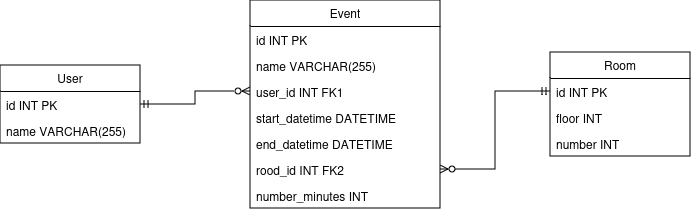
Earlier version of the draw.io export db/assets/dbschema.png (c2003-tamu/CSCE436Project). Source tidied: cells renumbered, new cells last; positions are measured from the earlier drawing's top-left corner, leaving out a move shared by most shapes.
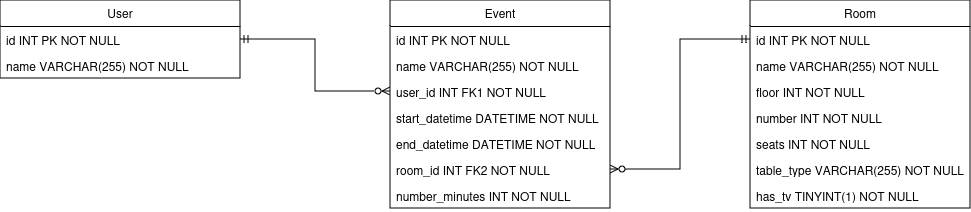
The same file after the commit.

Commit message:
updated Room table

Change to the diagram source:
```diff
@@ -3,55 +3,67 @@
     <mxCell id="0" />
     <mxCell id="1" parent="0" />
     <mxCell id="2" value="User" style="swimlane;fontStyle=0;horizontal=1;startSize=26;fillColor=none;whiteSpace=wrap;html=1;" parent="1" vertex="1">
-      <mxGeometry y="65" width="140" height="78" as="geometry" />
+      <mxGeometry x="-70" y="125" width="240" height="78" as="geometry" />
     </mxCell>
-    <mxCell id="3" value="id INT PK" style="text;strokeColor=none;fillColor=none;align=left;verticalAlign=top;spacingLeft=4;spacingRight=4;overflow=hidden;whiteSpace=wrap;html=1;" parent="2" vertex="1">
-      <mxGeometry y="26" width="140" height="26" as="geometry" />
-    </mxCell>
-    <mxCell id="4" value="name VARCHAR(255)" style="text;strokeColor=none;fillColor=none;align=left;verticalAlign=top;spacingLeft=4;spacingRight=4;overflow=hidden;whiteSpace=wrap;html=1;" parent="2" vertex="1">
-      <mxGeometry y="52" width="140" height="26" as="geometry" />
-    </mxCell>
+    <mxCell id="19" value="id INT PK NOT NULL" style="text;strokeColor=none;fillColor=none;align=left;verticalAlign=top;spacingLeft=4;spacingRight=4;overflow=hidden;points=[[0,0.5],[1,0.5]];portConstraint=eastwest;whiteSpace=wrap;html=1;" parent="2" vertex="1">
+      <mxGeometry y="26" width="240" height="26" as="geometry" />
+    </mxCell>
+    <mxCell id="20" value="name VARCHAR(255) NOT NULL" style="text;strokeColor=none;fillColor=none;align=left;verticalAlign=top;spacingLeft=4;spacingRight=4;overflow=hidden;whiteSpace=wrap;html=1;" parent="2" vertex="1">
+      <mxGeometry y="52" width="240" height="26" as="geometry" />
+    </mxCell>
     <mxCell id="5" value="Event" style="swimlane;fontStyle=0;horizontal=1;startSize=26;fillColor=none;whiteSpace=wrap;html=1;" parent="1" vertex="1">
-      <mxGeometry x="250" width="190" height="208" as="geometry" />
+      <mxGeometry x="320" y="125" width="220" height="208" as="geometry" />
     </mxCell>
-    <mxCell id="6" value="id INT PK" style="text;strokeColor=none;fillColor=none;align=left;verticalAlign=top;spacingLeft=4;spacingRight=4;overflow=hidden;whiteSpace=wrap;html=1;" parent="5" vertex="1">
-      <mxGeometry y="26" width="190" height="26" as="geometry" />
-    </mxCell>
-    <mxCell id="7" value="name VARCHAR(255)" style="text;strokeColor=none;fillColor=none;align=left;verticalAlign=top;spacingLeft=4;spacingRight=4;overflow=hidden;whiteSpace=wrap;html=1;" parent="5" vertex="1">
-      <mxGeometry y="52" width="190" height="26" as="geometry" />
-    </mxCell>
-    <mxCell id="8" value="user_id INT FK1" style="text;strokeColor=none;fillColor=none;align=left;verticalAlign=top;spacingLeft=4;spacingRight=4;overflow=hidden;points=[[0,0.5],[1,0.5]];portConstraint=eastwest;whiteSpace=wrap;html=1;" parent="5" vertex="1">
-      <mxGeometry y="78" width="190" height="26" as="geometry" />
-    </mxCell>
-    <mxCell id="9" value="start_datetime DATETIME" style="text;strokeColor=none;fillColor=none;align=left;verticalAlign=top;spacingLeft=4;spacingRight=4;overflow=hidden;whiteSpace=wrap;html=1;" parent="5" vertex="1">
-      <mxGeometry y="104" width="190" height="26" as="geometry" />
-    </mxCell>
-    <mxCell id="10" value="end_datetime DATETIME" style="text;strokeColor=none;fillColor=none;align=left;verticalAlign=top;spacingLeft=4;spacingRight=4;overflow=hidden;whiteSpace=wrap;html=1;" parent="5" vertex="1">
-      <mxGeometry y="130" width="190" height="26" as="geometry" />
-    </mxCell>
-    <mxCell id="11" value="rood_id INT FK2" style="text;strokeColor=none;fillColor=none;align=left;verticalAlign=top;spacingLeft=4;spacingRight=4;overflow=hidden;points=[[0,0.5],[1,0.5]];portConstraint=eastwest;whiteSpace=wrap;html=1;" parent="5" vertex="1">
-      <mxGeometry y="156" width="190" height="26" as="geometry" />
-    </mxCell>
-    <mxCell id="12" value="number_minutes INT" style="text;strokeColor=none;fillColor=none;align=left;verticalAlign=top;spacingLeft=4;spacingRight=4;overflow=hidden;whiteSpace=wrap;html=1;" parent="5" vertex="1">
-      <mxGeometry y="182" width="190" height="26" as="geometry" />
-    </mxCell>
+    <mxCell id="21" value="id INT PK NOT NULL" style="text;strokeColor=none;fillColor=none;align=left;verticalAlign=top;spacingLeft=4;spacingRight=4;overflow=hidden;whiteSpace=wrap;html=1;" parent="5" vertex="1">
+      <mxGeometry y="26" width="220" height="26" as="geometry" />
+    </mxCell>
+    <mxCell id="22" value="name VARCHAR(255) NOT NULL" style="text;strokeColor=none;fillColor=none;align=left;verticalAlign=top;spacingLeft=4;spacingRight=4;overflow=hidden;whiteSpace=wrap;html=1;" parent="5" vertex="1">
+      <mxGeometry y="52" width="220" height="26" as="geometry" />
+    </mxCell>
+    <mxCell id="23" value="user_id INT FK1 NOT NULL" style="text;strokeColor=none;fillColor=none;align=left;verticalAlign=top;spacingLeft=4;spacingRight=4;overflow=hidden;points=[[0,0.5],[1,0.5]];portConstraint=eastwest;whiteSpace=wrap;html=1;" parent="5" vertex="1">
+      <mxGeometry y="78" width="220" height="26" as="geometry" />
+    </mxCell>
+    <mxCell id="24" value="start_datetime DATETIME NOT NULL" style="text;strokeColor=none;fillColor=none;align=left;verticalAlign=top;spacingLeft=4;spacingRight=4;overflow=hidden;whiteSpace=wrap;html=1;" parent="5" vertex="1">
+      <mxGeometry y="104" width="220" height="26" as="geometry" />
+    </mxCell>
+    <mxCell id="25" value="end_datetime DATETIME NOT NULL" style="text;strokeColor=none;fillColor=none;align=left;verticalAlign=top;spacingLeft=4;spacingRight=4;overflow=hidden;whiteSpace=wrap;html=1;" parent="5" vertex="1">
+      <mxGeometry y="130" width="220" height="26" as="geometry" />
+    </mxCell>
+    <mxCell id="26" value="room_id INT FK2 NOT NULL" style="text;strokeColor=none;fillColor=none;align=left;verticalAlign=top;spacingLeft=4;spacingRight=4;overflow=hidden;points=[[0,0.5],[1,0.5]];portConstraint=eastwest;whiteSpace=wrap;html=1;" parent="5" vertex="1">
+      <mxGeometry y="156" width="220" height="26" as="geometry" />
+    </mxCell>
+    <mxCell id="27" value="number_minutes INT NOT NULL" style="text;strokeColor=none;fillColor=none;align=left;verticalAlign=top;spacingLeft=4;spacingRight=4;overflow=hidden;whiteSpace=wrap;html=1;" parent="5" vertex="1">
+      <mxGeometry y="182" width="220" height="26" as="geometry" />
+    </mxCell>
     <mxCell id="13" value="Room" style="swimlane;fontStyle=0;horizontal=1;startSize=26;fillColor=none;whiteSpace=wrap;html=1;" parent="1" vertex="1">
-      <mxGeometry x="550" y="52" width="140" height="104" as="geometry" />
+      <mxGeometry x="680" y="125" width="220" height="208" as="geometry" />
     </mxCell>
-    <mxCell id="14" value="id INT PK" style="text;strokeColor=none;fillColor=none;align=left;verticalAlign=top;spacingLeft=4;spacingRight=4;overflow=hidden;points=[[0,0.5],[1,0.5]];portConstraint=eastwest;whiteSpace=wrap;html=1;" parent="13" vertex="1">
-      <mxGeometry y="26" width="140" height="26" as="geometry" />
-    </mxCell>
-    <mxCell id="15" value="floor INT " style="text;strokeColor=none;fillColor=none;align=left;verticalAlign=top;spacingLeft=4;spacingRight=4;overflow=hidden;whiteSpace=wrap;html=1;" parent="13" vertex="1">
-      <mxGeometry y="52" width="140" height="26" as="geometry" />
-    </mxCell>
-    <mxCell id="16" value="number INT" style="text;strokeColor=none;fillColor=none;align=left;verticalAlign=top;spacingLeft=4;spacingRight=4;overflow=hidden;whiteSpace=wrap;html=1;" parent="13" vertex="1">
-      <mxGeometry y="78" width="140" height="26" as="geometry" />
-    </mxCell>
-    <mxCell id="17" style="edgeStyle=orthogonalEdgeStyle;rounded=0;jettySize=auto;html=1;exitX=0;exitY=0.5;exitDx=0;exitDy=0;entryX=1;entryY=0.5;entryDx=0;entryDy=0;endArrow=ERmandOne;endFill=0;startArrow=ERzeroToMany;startFill=0;" parent="1" edge="1" source="8" target="2">
-      <mxGeometry relative="1" as="geometry" />
-    </mxCell>
-    <mxCell id="18" style="edgeStyle=orthogonalEdgeStyle;rounded=0;jettySize=auto;html=1;exitX=1;exitY=0.5;exitDx=0;exitDy=0;entryX=0;entryY=0.5;entryDx=0;entryDy=0;endArrow=ERmandOne;endFill=0;startArrow=ERzeroToMany;startFill=0;" parent="1" edge="1" source="11" target="14">
-      <mxGeometry relative="1" as="geometry" />
-    </mxCell>
+    <mxCell id="28" value="id INT PK NOT NULL" style="text;strokeColor=none;fillColor=none;align=left;verticalAlign=top;spacingLeft=4;spacingRight=4;overflow=hidden;points=[[0,0.5],[1,0.5]];portConstraint=eastwest;whiteSpace=wrap;html=1;" parent="13" vertex="1">
+      <mxGeometry y="26" width="220" height="26" as="geometry" />
+    </mxCell>
+    <mxCell id="29" value="name VARCHAR(255) NOT NULL" style="text;strokeColor=none;fillColor=none;align=left;verticalAlign=top;spacingLeft=4;spacingRight=4;overflow=hidden;whiteSpace=wrap;html=1;" parent="13" vertex="1">
+      <mxGeometry y="52" width="220" height="26" as="geometry" />
+    </mxCell>
+    <mxCell id="30" value="floor INT NOT NULL" style="text;strokeColor=none;fillColor=none;align=left;verticalAlign=top;spacingLeft=4;spacingRight=4;overflow=hidden;whiteSpace=wrap;html=1;" parent="13" vertex="1">
+      <mxGeometry y="78" width="220" height="26" as="geometry" />
+    </mxCell>
+    <mxCell id="31" value="number INT NOT NULL" style="text;strokeColor=none;fillColor=none;align=left;verticalAlign=top;spacingLeft=4;spacingRight=4;overflow=hidden;whiteSpace=wrap;html=1;" parent="13" vertex="1">
+      <mxGeometry y="104" width="220" height="26" as="geometry" />
+    </mxCell>
+    <mxCell id="32" value="seats INT NOT NULL" style="text;strokeColor=none;fillColor=none;align=left;verticalAlign=top;spacingLeft=4;spacingRight=4;overflow=hidden;whiteSpace=wrap;html=1;" parent="13" vertex="1">
+      <mxGeometry y="130" width="220" height="26" as="geometry" />
+    </mxCell>
+    <mxCell id="33" value="table_type VARCHAR(255) NOT NULL" style="text;strokeColor=none;fillColor=none;align=left;verticalAlign=top;spacingLeft=4;spacingRight=4;overflow=hidden;whiteSpace=wrap;html=1;" parent="13" vertex="1">
+      <mxGeometry y="156" width="220" height="26" as="geometry" />
+    </mxCell>
+    <mxCell id="34" value="has_tv TINYINT(1) NOT NULL" style="text;strokeColor=none;fillColor=none;align=left;verticalAlign=top;spacingLeft=4;spacingRight=4;overflow=hidden;whiteSpace=wrap;html=1;" parent="13" vertex="1">
+      <mxGeometry y="182" width="220" height="26" as="geometry" />
+    </mxCell>
+    <mxCell id="35" style="edgeStyle=orthogonalEdgeStyle;rounded=0;jettySize=auto;html=1;exitX=0;exitY=0.5;exitDx=0;exitDy=0;entryX=1;entryY=0.5;entryDx=0;entryDy=0;endArrow=ERmandOne;endFill=0;startArrow=ERzeroToMany;startFill=0;" parent="1" edge="1" source="23" target="19">
+      <mxGeometry relative="1" as="geometry" />
+    </mxCell>
+    <mxCell id="36" style="edgeStyle=orthogonalEdgeStyle;rounded=0;jettySize=auto;html=1;exitX=1;exitY=0.5;exitDx=0;exitDy=0;entryX=0;entryY=0.5;entryDx=0;entryDy=0;endArrow=ERmandOne;endFill=0;startArrow=ERzeroToMany;startFill=0;" parent="1" edge="1" source="26" target="28">
+      <mxGeometry relative="1" as="geometry" />
+    </mxCell>
   </root>
 </mxGraphModel>
```
